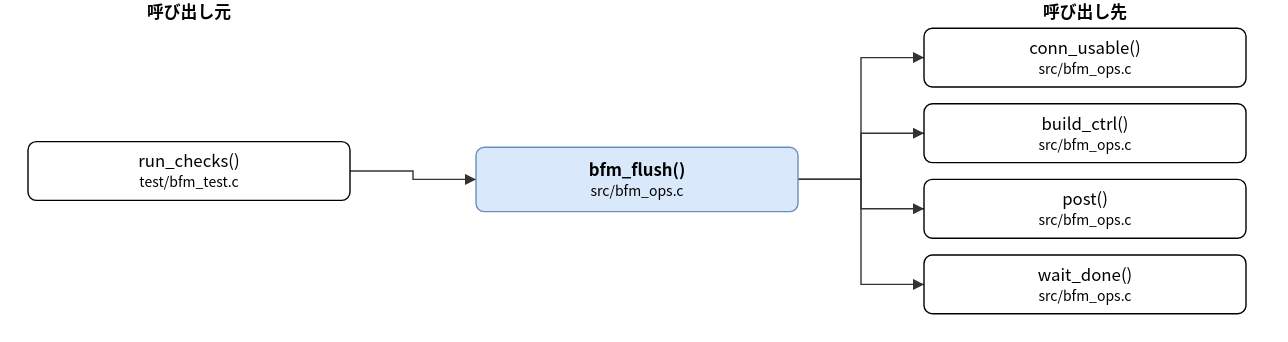
Before: doc/spec/images/call_src_bfm_ops-bfm_flush.drawio.svg, a diagram exported from draw.io (hf355051012-ai/bfmem). Source tidied: cells renumbered, new cells last; positions are measured from the earlier drawing's top-left corner, leaving out a move shared by most shapes. The source it was exported from:
```xml
<mxGraphModel>
  <root>
    <mxCell id="0" />
    <mxCell id="1" parent="0" />
    <mxCell id="2" value="bfm_flush()&lt;br&gt;&lt;font style=&quot;font-size:10px&quot;&gt;src/bfm_ops.c&lt;/font&gt;" style="rounded=1;whiteSpace=wrap;html=1;fillColor=#dae8fc;strokeColor=#6c8ebf;fontStyle=1;" parent="1" vertex="1">
      <mxGeometry x="320" y="105" width="230" height="46" as="geometry" />
    </mxCell>
    <mxCell id="3" value="run_checks()&lt;br&gt;&lt;font style=&quot;font-size:10px&quot;&gt;test/bfm_test.c&lt;/font&gt;" style="rounded=1;whiteSpace=wrap;html=1;" parent="1" vertex="1">
      <mxGeometry y="101" width="230" height="42" as="geometry" />
    </mxCell>
    <mxCell id="4" value="conn_usable()&lt;br&gt;&lt;font style=&quot;font-size:10px&quot;&gt;src/bfm_ops.c&lt;/font&gt;" style="rounded=1;whiteSpace=wrap;html=1;" parent="1" vertex="1">
      <mxGeometry x="640" y="20" width="230" height="42" as="geometry" />
    </mxCell>
    <mxCell id="5" value="build_ctrl()&lt;br&gt;&lt;font style=&quot;font-size:10px&quot;&gt;src/bfm_ops.c&lt;/font&gt;" style="rounded=1;whiteSpace=wrap;html=1;" parent="1" vertex="1">
      <mxGeometry x="640" y="74" width="230" height="42" as="geometry" />
    </mxCell>
    <mxCell id="6" value="post()&lt;br&gt;&lt;font style=&quot;font-size:10px&quot;&gt;src/bfm_ops.c&lt;/font&gt;" style="rounded=1;whiteSpace=wrap;html=1;" parent="1" vertex="1">
      <mxGeometry x="640" y="128" width="230" height="42" as="geometry" />
    </mxCell>
    <mxCell id="7" value="wait_done()&lt;br&gt;&lt;font style=&quot;font-size:10px&quot;&gt;src/bfm_ops.c&lt;/font&gt;" style="rounded=1;whiteSpace=wrap;html=1;" parent="1" vertex="1">
      <mxGeometry x="640" y="182" width="230" height="42" as="geometry" />
    </mxCell>
    <mxCell id="8" style="edgeStyle=none;html=1;rounded=0;endArrow=block;endFill=1;exitX=1.0000;exitY=0.5000;exitDx=0;exitDy=0;exitPerimeter=0;entryX=0.0000;entryY=0.5000;entryDx=0;entryDy=0;entryPerimeter=0;" parent="1" edge="1" source="3" target="2">
      <mxGeometry relative="1" as="geometry">
        <Array as="points">
          <mxPoint x="275" y="122" />
          <mxPoint x="275" y="128" />
        </Array>
      </mxGeometry>
    </mxCell>
    <mxCell id="9" style="edgeStyle=none;html=1;rounded=0;endArrow=block;endFill=1;exitX=1.0000;exitY=0.5000;exitDx=0;exitDy=0;exitPerimeter=0;entryX=0.0000;entryY=0.5000;entryDx=0;entryDy=0;entryPerimeter=0;" parent="1" edge="1" source="2" target="4">
      <mxGeometry relative="1" as="geometry">
        <Array as="points">
          <mxPoint x="595" y="128" />
          <mxPoint x="595" y="41" />
        </Array>
      </mxGeometry>
    </mxCell>
    <mxCell id="10" style="edgeStyle=none;html=1;rounded=0;endArrow=block;endFill=1;exitX=1.0000;exitY=0.5000;exitDx=0;exitDy=0;exitPerimeter=0;entryX=0.0000;entryY=0.5000;entryDx=0;entryDy=0;entryPerimeter=0;" parent="1" edge="1" source="2" target="5">
      <mxGeometry relative="1" as="geometry">
        <Array as="points">
          <mxPoint x="595" y="128" />
          <mxPoint x="595" y="95" />
        </Array>
      </mxGeometry>
    </mxCell>
    <mxCell id="11" style="edgeStyle=none;html=1;rounded=0;endArrow=block;endFill=1;exitX=1.0000;exitY=0.5000;exitDx=0;exitDy=0;exitPerimeter=0;entryX=0.0000;entryY=0.5000;entryDx=0;entryDy=0;entryPerimeter=0;" parent="1" edge="1" source="2" target="6">
      <mxGeometry relative="1" as="geometry">
        <Array as="points">
          <mxPoint x="595" y="128" />
          <mxPoint x="595" y="149" />
        </Array>
      </mxGeometry>
    </mxCell>
    <mxCell id="12" style="edgeStyle=none;html=1;rounded=0;endArrow=block;endFill=1;exitX=1.0000;exitY=0.5000;exitDx=0;exitDy=0;exitPerimeter=0;entryX=0.0000;entryY=0.5000;entryDx=0;entryDy=0;entryPerimeter=0;" parent="1" edge="1" source="2" target="7">
      <mxGeometry relative="1" as="geometry">
        <Array as="points">
          <mxPoint x="595" y="128" />
          <mxPoint x="595" y="203" />
        </Array>
      </mxGeometry>
    </mxCell>
    <mxCell id="13" value="呼び出し元" style="text;html=1;align=center;fontStyle=1;" parent="1" vertex="1">
      <mxGeometry x="35" width="160" height="18" as="geometry" />
    </mxCell>
    <mxCell id="14" value="呼び出し先" style="text;html=1;align=center;fontStyle=1;" parent="1" vertex="1">
      <mxGeometry x="675" width="160" height="18" as="geometry" />
    </mxCell>
  </root>
</mxGraphModel>
```
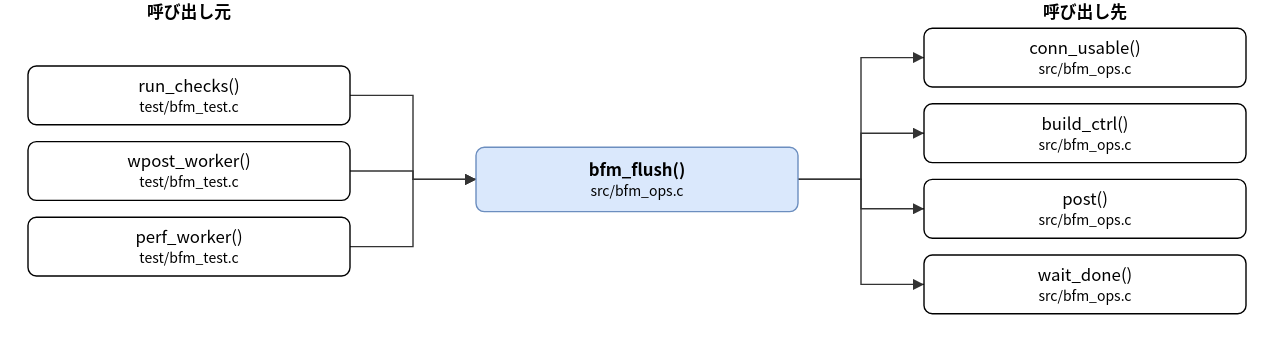
Above is the later version.

Diff of the diagram source:
```diff
@@ -6,8 +6,14 @@
       <mxGeometry x="320" y="105" width="230" height="46" as="geometry" />
     </mxCell>
     <mxCell id="3" value="run_checks()&lt;br&gt;&lt;font style=&quot;font-size:10px&quot;&gt;test/bfm_test.c&lt;/font&gt;" style="rounded=1;whiteSpace=wrap;html=1;" parent="1" vertex="1">
-      <mxGeometry y="101" width="230" height="42" as="geometry" />
+      <mxGeometry y="47" width="230" height="42" as="geometry" />
     </mxCell>
+    <mxCell id="15" value="wpost_worker()&lt;br&gt;&lt;font style=&quot;font-size:10px&quot;&gt;test/bfm_test.c&lt;/font&gt;" style="rounded=1;whiteSpace=wrap;html=1;" parent="1" vertex="1">
+      <mxGeometry y="101" width="230" height="42" as="geometry" />
+    </mxCell>
+    <mxCell id="16" value="perf_worker()&lt;br&gt;&lt;font style=&quot;font-size:10px&quot;&gt;test/bfm_test.c&lt;/font&gt;" style="rounded=1;whiteSpace=wrap;html=1;" parent="1" vertex="1">
+      <mxGeometry y="155" width="230" height="42" as="geometry" />
+    </mxCell>
     <mxCell id="4" value="conn_usable()&lt;br&gt;&lt;font style=&quot;font-size:10px&quot;&gt;src/bfm_ops.c&lt;/font&gt;" style="rounded=1;whiteSpace=wrap;html=1;" parent="1" vertex="1">
       <mxGeometry x="640" y="20" width="230" height="42" as="geometry" />
     </mxCell>
@@ -23,43 +29,59 @@
     <mxCell id="8" style="edgeStyle=none;html=1;rounded=0;endArrow=block;endFill=1;exitX=1.0000;exitY=0.5000;exitDx=0;exitDy=0;exitPerimeter=0;entryX=0.0000;entryY=0.5000;entryDx=0;entryDy=0;entryPerimeter=0;" parent="1" edge="1" source="3" target="2">
       <mxGeometry relative="1" as="geometry">
         <Array as="points">
-          <mxPoint x="275" y="122" />
+          <mxPoint x="275" y="68" />
           <mxPoint x="275" y="128" />
         </Array>
       </mxGeometry>
     </mxCell>
-    <mxCell id="9" style="edgeStyle=none;html=1;rounded=0;endArrow=block;endFill=1;exitX=1.0000;exitY=0.5000;exitDx=0;exitDy=0;exitPerimeter=0;entryX=0.0000;entryY=0.5000;entryDx=0;entryDy=0;entryPerimeter=0;" parent="1" edge="1" source="2" target="4">
+    <mxCell id="9" style="edgeStyle=none;html=1;rounded=0;endArrow=block;endFill=1;exitX=1.0000;exitY=0.5000;exitDx=0;exitDy=0;exitPerimeter=0;entryX=0.0000;entryY=0.5000;entryDx=0;entryDy=0;entryPerimeter=0;" parent="1" edge="1" source="15" target="2">
       <mxGeometry relative="1" as="geometry">
         <Array as="points">
-          <mxPoint x="595" y="128" />
-          <mxPoint x="595" y="41" />
+          <mxPoint x="275" y="122" />
+          <mxPoint x="275" y="128" />
         </Array>
       </mxGeometry>
     </mxCell>
-    <mxCell id="10" style="edgeStyle=none;html=1;rounded=0;endArrow=block;endFill=1;exitX=1.0000;exitY=0.5000;exitDx=0;exitDy=0;exitPerimeter=0;entryX=0.0000;entryY=0.5000;entryDx=0;entryDy=0;entryPerimeter=0;" parent="1" edge="1" source="2" target="5">
+    <mxCell id="10" style="edgeStyle=none;html=1;rounded=0;endArrow=block;endFill=1;exitX=1.0000;exitY=0.5000;exitDx=0;exitDy=0;exitPerimeter=0;entryX=0.0000;entryY=0.5000;entryDx=0;entryDy=0;entryPerimeter=0;" parent="1" edge="1" source="16" target="2">
       <mxGeometry relative="1" as="geometry">
         <Array as="points">
-          <mxPoint x="595" y="128" />
-          <mxPoint x="595" y="95" />
+          <mxPoint x="275" y="176" />
+          <mxPoint x="275" y="128" />
         </Array>
       </mxGeometry>
     </mxCell>
-    <mxCell id="11" style="edgeStyle=none;html=1;rounded=0;endArrow=block;endFill=1;exitX=1.0000;exitY=0.5000;exitDx=0;exitDy=0;exitPerimeter=0;entryX=0.0000;entryY=0.5000;entryDx=0;entryDy=0;entryPerimeter=0;" parent="1" edge="1" source="2" target="6">
+    <mxCell id="11" style="edgeStyle=none;html=1;rounded=0;endArrow=block;endFill=1;exitX=1.0000;exitY=0.5000;exitDx=0;exitDy=0;exitPerimeter=0;entryX=0.0000;entryY=0.5000;entryDx=0;entryDy=0;entryPerimeter=0;" parent="1" edge="1" source="2" target="4">
       <mxGeometry relative="1" as="geometry">
         <Array as="points">
           <mxPoint x="595" y="128" />
-          <mxPoint x="595" y="149" />
+          <mxPoint x="595" y="41" />
         </Array>
       </mxGeometry>
     </mxCell>
-    <mxCell id="12" style="edgeStyle=none;html=1;rounded=0;endArrow=block;endFill=1;exitX=1.0000;exitY=0.5000;exitDx=0;exitDy=0;exitPerimeter=0;entryX=0.0000;entryY=0.5000;entryDx=0;entryDy=0;entryPerimeter=0;" parent="1" edge="1" source="2" target="7">
+    <mxCell id="12" style="edgeStyle=none;html=1;rounded=0;endArrow=block;endFill=1;exitX=1.0000;exitY=0.5000;exitDx=0;exitDy=0;exitPerimeter=0;entryX=0.0000;entryY=0.5000;entryDx=0;entryDy=0;entryPerimeter=0;" parent="1" edge="1" source="2" target="5">
       <mxGeometry relative="1" as="geometry">
         <Array as="points">
           <mxPoint x="595" y="128" />
-          <mxPoint x="595" y="203" />
+          <mxPoint x="595" y="95" />
         </Array>
       </mxGeometry>
     </mxCell>
+    <mxCell id="17" style="edgeStyle=none;html=1;rounded=0;endArrow=block;endFill=1;exitX=1.0000;exitY=0.5000;exitDx=0;exitDy=0;exitPerimeter=0;entryX=0.0000;entryY=0.5000;entryDx=0;entryDy=0;entryPerimeter=0;" parent="1" edge="1" source="2" target="6">
+      <mxGeometry relative="1" as="geometry">
+        <Array as="points">
+          <mxPoint x="595" y="128" />
+          <mxPoint x="595" y="149" />
+        </Array>
+      </mxGeometry>
+    </mxCell>
+    <mxCell id="18" style="edgeStyle=none;html=1;rounded=0;endArrow=block;endFill=1;exitX=1.0000;exitY=0.5000;exitDx=0;exitDy=0;exitPerimeter=0;entryX=0.0000;entryY=0.5000;entryDx=0;entryDy=0;entryPerimeter=0;" parent="1" edge="1" source="2" target="7">
+      <mxGeometry relative="1" as="geometry">
+        <Array as="points">
+          <mxPoint x="595" y="128" />
+          <mxPoint x="595" y="203" />
+        </Array>
+      </mxGeometry>
+    </mxCell>
     <mxCell id="13" value="呼び出し元" style="text;html=1;align=center;fontStyle=1;" parent="1" vertex="1">
       <mxGeometry x="35" width="160" height="18" as="geometry" />
     </mxCell>
```
